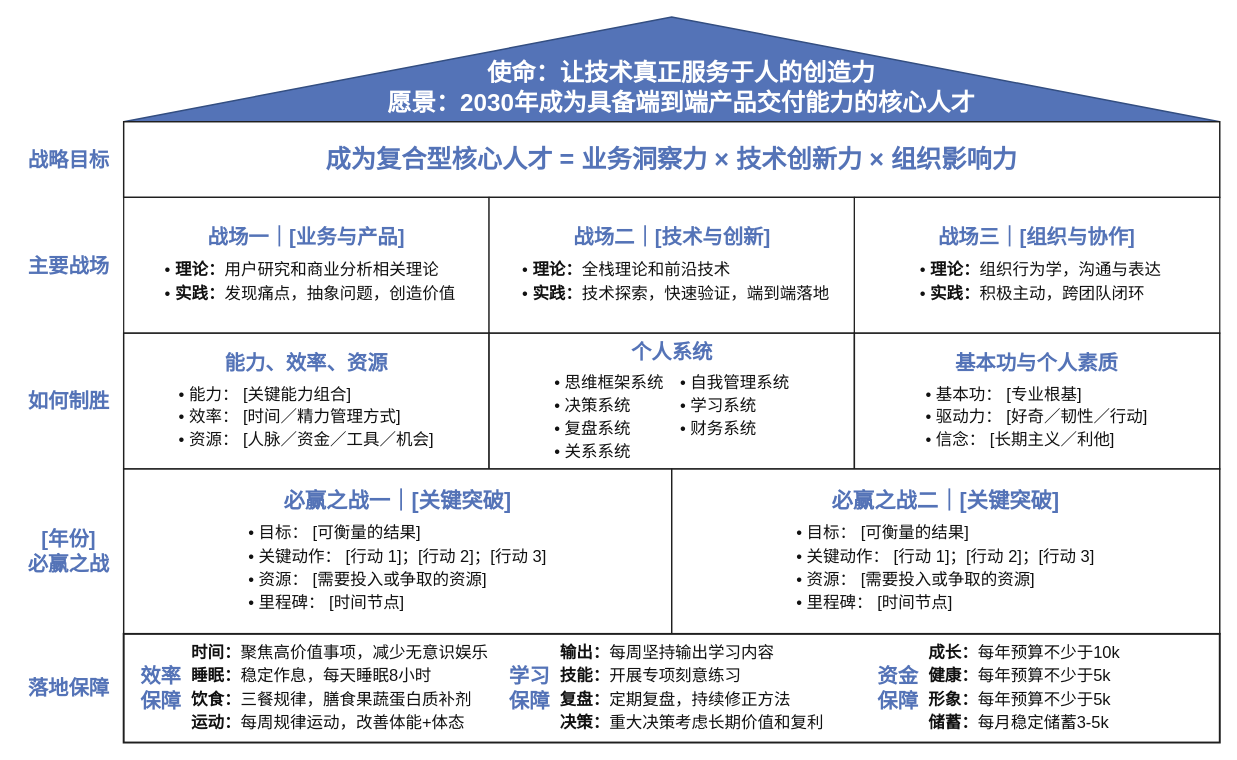
beauc114514/beauc114514 keeps this draw.io diagram as 个人战略屋模板.drawio. Above is the earlier version. Source tidied: cells renumbered, new cells numbered last; positions are measured from the earlier drawing's top-left corner, leaving out a move shared by most shapes. Both pictures are drawn from the tidied source at 97%, with x=0, y=0 at pixel (16, 16).
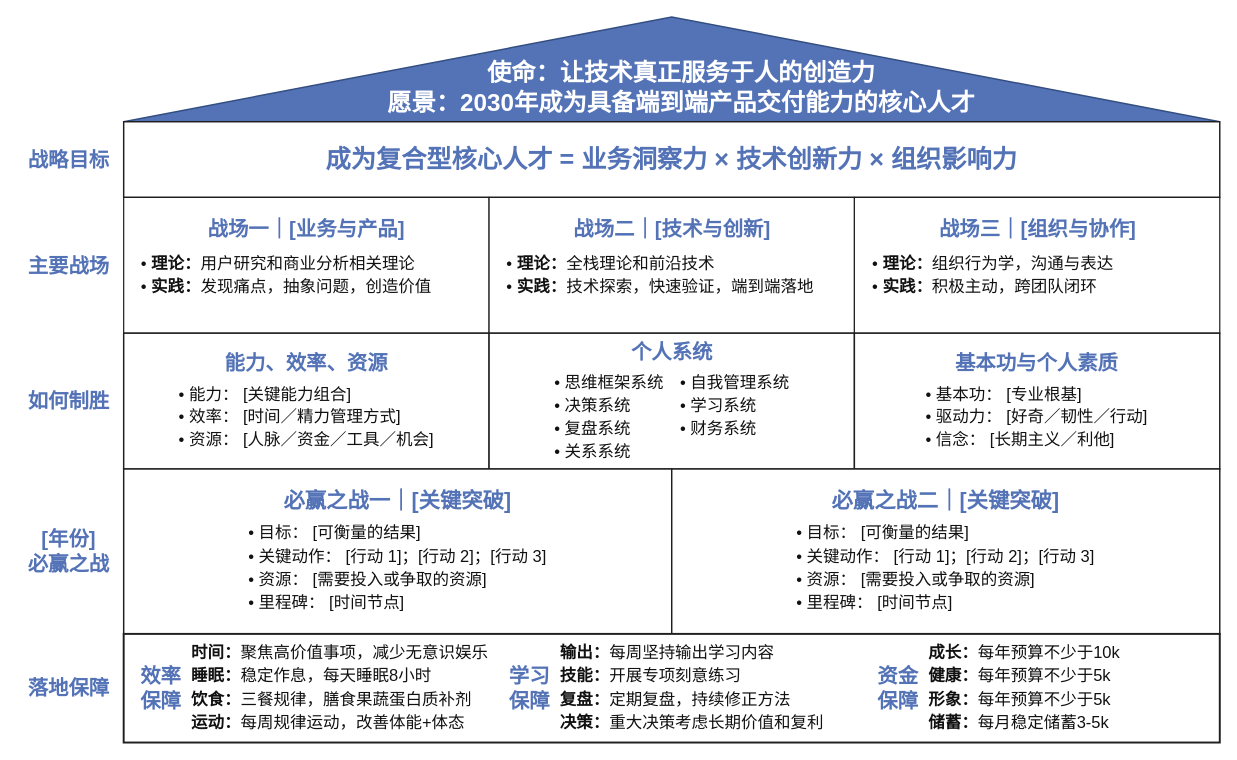
The same page after the edit.

Commit message:
固定主要战场行距

The edit, as a diff of the source:
```diff
@@
-    <mxCell id="6" value="&lt;div style=&quot;font-size:21px;font-weight:700;color:#5473B7;&quot;&gt;战场一｜[业务与产品]&lt;/div&gt;&lt;div align=&quot;left&quot; style=&quot;font-size:17px;line-height:1.45;margin-top:9px;padding-left:8px;&quot;&gt;• &lt;b&gt;理论：&lt;/b&gt;用户研究和商业分析相关理论&lt;br&gt;• &lt;b&gt;实践：&lt;/b&gt;发现痛点，抽象问题，创造价值&lt;/div&gt;" style="rounded=0;html=1;whiteSpace=wrap;align=center;verticalAlign=middle;spacing=7;fillColor=#FFFFFF;strokeColor=#1F1F1F;strokeWidth=1.25;fontColor=#111111;fontFamily=PingFang SC;fontSize=17;" parent="1" vertex="1">
+    <mxCell id="6" style="rounded=0;html=1;whiteSpace=wrap;align=center;verticalAlign=middle;spacing=7;fillColor=#FFFFFF;strokeColor=#1F1F1F;strokeWidth=1.25;fontColor=#111111;fontFamily=PingFang SC;fontSize=17;" parent="1" vertex="1">
       <mxGeometry x="110" y="186" width="376.7" height="140" as="geometry" />
     </mxCell>
-    <mxCell id="7" value="&lt;div style=&quot;font-size:21px;font-weight:700;color:#5473B7;&quot;&gt;战场二｜[技术与创新]&lt;/div&gt;&lt;div align=&quot;left&quot; style=&quot;font-size:17px;line-height:1.45;margin-top:9px;padding-left:8px;&quot;&gt;• &lt;b&gt;理论：&lt;/b&gt;全栈理论和前沿技术&lt;br&gt;• &lt;b&gt;实践：&lt;/b&gt;技术探索，快速验证，端到端落地&lt;/div&gt;" style="rounded=0;html=1;whiteSpace=wrap;align=center;verticalAlign=middle;spacing=7;fillColor=#FFFFFF;strokeColor=#1F1F1F;strokeWidth=1.25;fontColor=#111111;fontFamily=PingFang SC;fontSize=17;" parent="1" vertex="1">
+    <mxCell id="7" style="rounded=0;html=1;whiteSpace=wrap;align=center;verticalAlign=middle;spacing=7;fillColor=#FFFFFF;strokeColor=#1F1F1F;strokeWidth=1.25;fontColor=#111111;fontFamily=PingFang SC;fontSize=17;" parent="1" vertex="1">
       <mxGeometry x="486.7" y="186" width="376.7" height="140" as="geometry" />
     </mxCell>
-    <mxCell id="8" value="&lt;div style=&quot;font-size:21px;font-weight:700;color:#5473B7;&quot;&gt;战场三｜[组织与协作]&lt;/div&gt;&lt;div align=&quot;left&quot; style=&quot;font-size:17px;line-height:1.45;margin-top:9px;padding-left:8px;&quot;&gt;• &lt;b&gt;理论：&lt;/b&gt;组织行为学，沟通与表达&lt;br&gt;• &lt;b&gt;实践：&lt;/b&gt;积极主动，跨团队闭环&lt;/div&gt;" style="rounded=0;html=1;whiteSpace=wrap;align=center;verticalAlign=middle;spacing=7;fillColor=#FFFFFF;strokeColor=#1F1F1F;strokeWidth=1.25;fontColor=#111111;fontFamily=PingFang SC;fontSize=17;" parent="1" vertex="1">
+    <mxCell id="8" style="rounded=0;html=1;whiteSpace=wrap;align=center;verticalAlign=middle;spacing=7;fillColor=#FFFFFF;strokeColor=#1F1F1F;strokeWidth=1.25;fontColor=#111111;fontFamily=PingFang SC;fontSize=17;" parent="1" vertex="1">
       <mxGeometry x="863.3" y="186" width="376.7" height="140" as="geometry" />
     </mxCell>
+    <mxCell id="25" value="战场一｜[业务与产品]" style="text;html=1;align=center;verticalAlign=middle;spacing=0;strokeColor=none;fillColor=none;fontColor=#5473B7;fontFamily=PingFang SC;fontSize=21;fontStyle=1;" parent="1" vertex="1">
+      <mxGeometry x="110" y="205" width="376.7" height="26" as="geometry" />
+    </mxCell>
+    <mxCell id="26" value="战场二｜[技术与创新]" style="text;html=1;align=center;verticalAlign=middle;spacing=0;strokeColor=none;fillColor=none;fontColor=#5473B7;fontFamily=PingFang SC;fontSize=21;fontStyle=1;" parent="1" vertex="1">
+      <mxGeometry x="486.7" y="205" width="376.7" height="26" as="geometry" />
+    </mxCell>
+    <mxCell id="27" value="战场三｜[组织与协作]" style="text;html=1;align=center;verticalAlign=middle;spacing=0;strokeColor=none;fillColor=none;fontColor=#5473B7;fontFamily=PingFang SC;fontSize=21;fontStyle=1;" parent="1" vertex="1">
+      <mxGeometry x="863.3" y="205" width="376.7" height="26" as="geometry" />
+    </mxCell>
+    <mxCell id="28" value="&lt;div style=&quot;font-size:17px;line-height:24px;&quot;&gt;• &lt;b&gt;理论：&lt;/b&gt;用户研究和商业分析相关理论&lt;br&gt;• &lt;b&gt;实践：&lt;/b&gt;发现痛点，抽象问题，创造价值&lt;/div&gt;" style="text;html=1;align=left;verticalAlign=middle;spacing=0;strokeColor=none;fillColor=none;fontColor=#111111;fontFamily=PingFang SC;fontSize=17;" parent="1" vertex="1">
+      <mxGeometry x="128" y="239" width="340" height="54" as="geometry" />
+    </mxCell>
+    <mxCell id="29" value="&lt;div style=&quot;font-size:17px;line-height:24px;&quot;&gt;• &lt;b&gt;理论：&lt;/b&gt;全栈理论和前沿技术&lt;br&gt;• &lt;b&gt;实践：&lt;/b&gt;技术探索，快速验证，端到端落地&lt;/div&gt;" style="text;html=1;align=left;verticalAlign=middle;spacing=0;strokeColor=none;fillColor=none;fontColor=#111111;fontFamily=PingFang SC;fontSize=17;" parent="1" vertex="1">
+      <mxGeometry x="505" y="239" width="340" height="54" as="geometry" />
+    </mxCell>
+    <mxCell id="30" value="&lt;div style=&quot;font-size:17px;line-height:24px;&quot;&gt;• &lt;b&gt;理论：&lt;/b&gt;组织行为学，沟通与表达&lt;br&gt;• &lt;b&gt;实践：&lt;/b&gt;积极主动，跨团队闭环&lt;/div&gt;" style="text;html=1;align=left;verticalAlign=middle;spacing=0;strokeColor=none;fillColor=none;fontColor=#111111;fontFamily=PingFang SC;fontSize=17;" parent="1" vertex="1">
+      <mxGeometry x="882" y="239" width="340" height="54" as="geometry" />
+    </mxCell>
```
